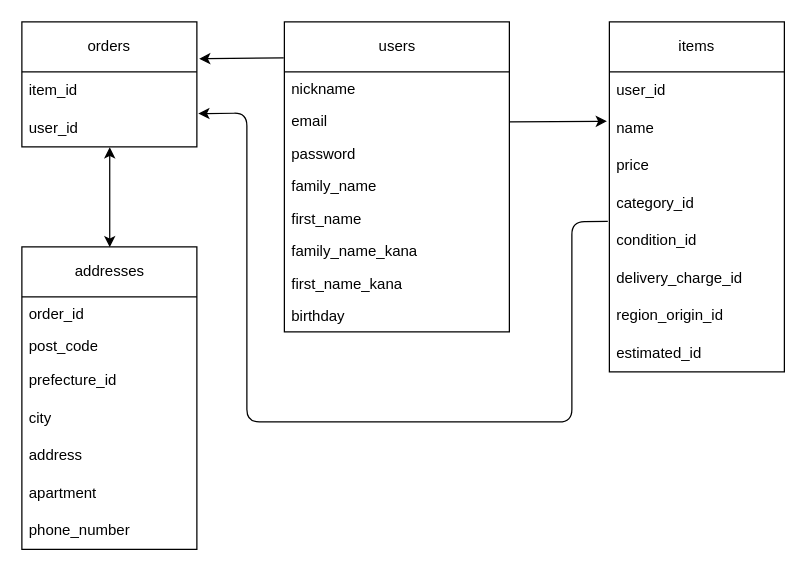
The draw.io diagram furima-39014.dio in yowagai/furima-39014, before the edit. Source tidied: cells renumbered, new cells numbered last; positions are measured from the earlier drawing's top-left corner, leaving out a move shared by most shapes. Both pictures are drawn from the tidied source at 125%, with x=0, y=0 at pixel (21, 21).
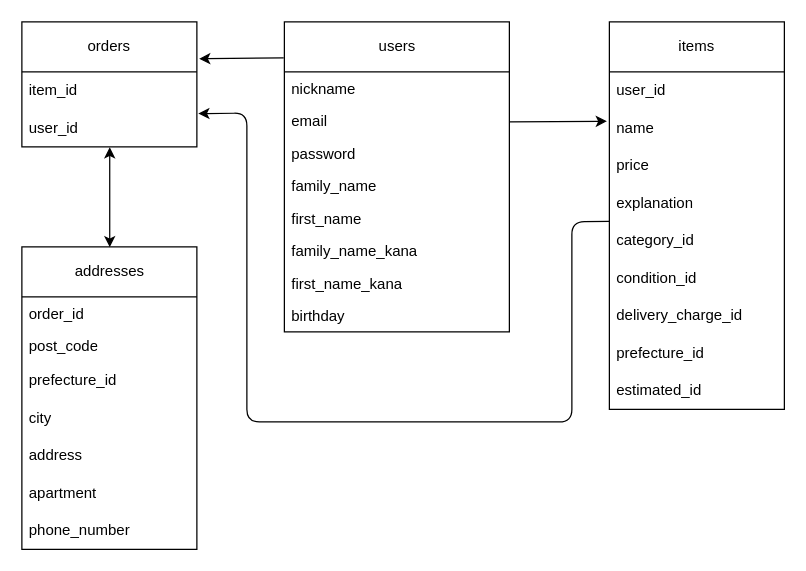
After the change.

Commit message (it also covers changes not shown here):
ER図、README修正２

The change refers to these unchanged cells:
```xml
<mxCell id="30" value="user_id" style="text;strokeColor=none;fillColor=none;align=left;verticalAlign=middle;spacingLeft=4;spacingRight=4;overflow=hidden;points=[[0,0.5],[1,0.5]];portConstraint=eastwest;whiteSpace=wrap;html=1;shadow=0;fontFamily=Helvetica;fontSize=12;fontColor=default;rounded=0;" parent="28" vertex="1">
  <mxGeometry y="70" width="140" height="30" as="geometry" />
</mxCell>
```

The edit, as a diff of the source:
```diff
@@
     <mxCell id="19" value="items" style="swimlane;fontStyle=0;horizontal=1;startSize=40;whiteSpace=wrap;html=1;shadow=0;fontFamily=Helvetica;fontSize=12;fontColor=default;fillColor=none;gradientColor=none;rounded=0;" parent="1" vertex="1">
-      <mxGeometry x="470" width="140" height="280" as="geometry" />
+      <mxGeometry x="470" width="140" height="310" as="geometry" />
     </mxCell>
@@
+    <mxCell id="35" value="explanation" style="text;strokeColor=none;fillColor=none;align=left;verticalAlign=middle;spacingLeft=4;spacingRight=4;overflow=hidden;whiteSpace=wrap;html=1;" parent="19" vertex="1">
+      <mxGeometry y="130" width="140" height="30" as="geometry" />
+    </mxCell>
     <mxCell id="23" value="category_id" style="text;strokeColor=none;fillColor=none;align=left;verticalAlign=middle;spacingLeft=4;spacingRight=4;overflow=hidden;points=[[0,0.5],[1,0.5]];portConstraint=eastwest;whiteSpace=wrap;html=1;shadow=0;fontFamily=Helvetica;fontSize=12;fontColor=default;rounded=0;" parent="19" vertex="1">
-      <mxGeometry y="130" width="140" height="30" as="geometry" />
+      <mxGeometry y="160" width="140" height="30" as="geometry" />
     </mxCell>
     <mxCell id="24" value="condition_id" style="text;strokeColor=none;fillColor=none;align=left;verticalAlign=middle;spacingLeft=4;spacingRight=4;overflow=hidden;points=[[0,0.5],[1,0.5]];portConstraint=eastwest;whiteSpace=wrap;html=1;shadow=0;fontFamily=Helvetica;fontSize=12;fontColor=default;rounded=0;" parent="19" vertex="1">
-      <mxGeometry y="160" width="140" height="30" as="geometry" />
+      <mxGeometry y="190" width="140" height="30" as="geometry" />
     </mxCell>
     <mxCell id="25" value="delivery_charge_id" style="text;strokeColor=none;fillColor=none;align=left;verticalAlign=middle;spacingLeft=4;spacingRight=4;overflow=hidden;whiteSpace=wrap;html=1;shadow=0;fontFamily=Helvetica;fontSize=12;fontColor=default;rounded=0;" parent="19" vertex="1">
-      <mxGeometry y="190" width="140" height="30" as="geometry" />
+      <mxGeometry y="220" width="140" height="30" as="geometry" />
     </mxCell>
-    <mxCell id="26" value="region_origin_id" style="text;strokeColor=none;fillColor=none;align=left;verticalAlign=middle;spacingLeft=4;spacingRight=4;overflow=hidden;whiteSpace=wrap;html=1;shadow=0;fontFamily=Helvetica;fontSize=12;fontColor=default;rounded=0;" parent="19" vertex="1">
-      <mxGeometry y="220" width="140" height="30" as="geometry" />
+    <mxCell id="26" value="prefecture_id" style="text;strokeColor=none;fillColor=none;align=left;verticalAlign=middle;spacingLeft=4;spacingRight=4;overflow=hidden;whiteSpace=wrap;html=1;shadow=0;fontFamily=Helvetica;fontSize=12;fontColor=default;rounded=0;" parent="19" vertex="1">
+      <mxGeometry y="250" width="140" height="30" as="geometry" />
     </mxCell>
     <mxCell id="27" value="estimated_id" style="text;strokeColor=none;fillColor=none;align=left;verticalAlign=middle;spacingLeft=4;spacingRight=4;overflow=hidden;whiteSpace=wrap;html=1;shadow=0;fontFamily=Helvetica;fontSize=12;fontColor=default;rounded=0;" parent="19" vertex="1">
-      <mxGeometry y="250" width="140" height="30" as="geometry" />
+      <mxGeometry y="280" width="140" height="30" as="geometry" />
     </mxCell>
@@
-    <mxCell id="34" style="endArrow=classic;html=1;exitX=-0.009;exitY=-0.015;exitDx=0;exitDy=0;exitPerimeter=0;entryX=1.008;entryY=0.113;entryDx=0;entryDy=0;entryPerimeter=0;" parent="1" edge="1" source="24" target="30">
+    <mxCell id="34" style="endArrow=classic;html=1;exitX=-0.001;exitY=-0.015;exitDx=0;exitDy=0;exitPerimeter=0;entryX=1.008;entryY=0.113;entryDx=0;entryDy=0;entryPerimeter=0;" parent="1" edge="1" source="23" target="30">
       <mxGeometry relative="1" as="geometry">
         <Array as="points">
           <mxPoint x="440" y="160" />
           <mxPoint x="440" y="320" />
           <mxPoint x="180" y="320" />
           <mxPoint x="180" y="73" />
         </Array>
       </mxGeometry>
     </mxCell>
```
